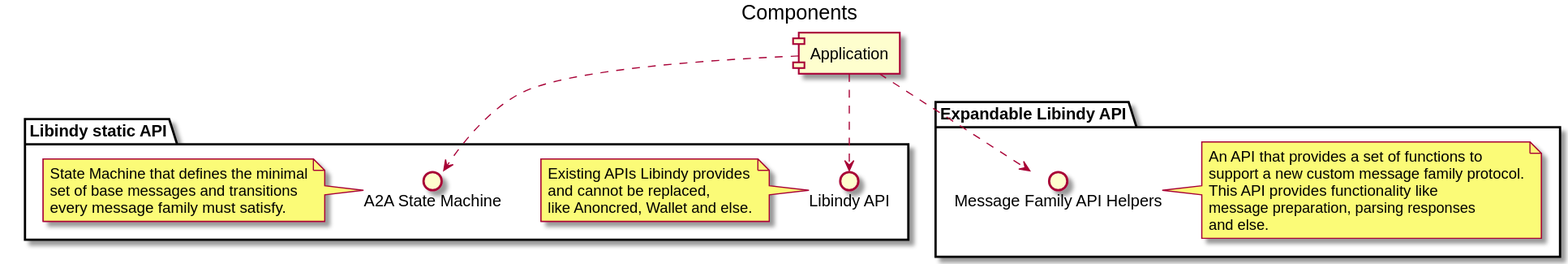
Above: docs/message-families/components.svg in hyperledger-archives/indy-sdk (PlantUML), before the change. Its source is kept beside it as docs/message-families/components.puml.
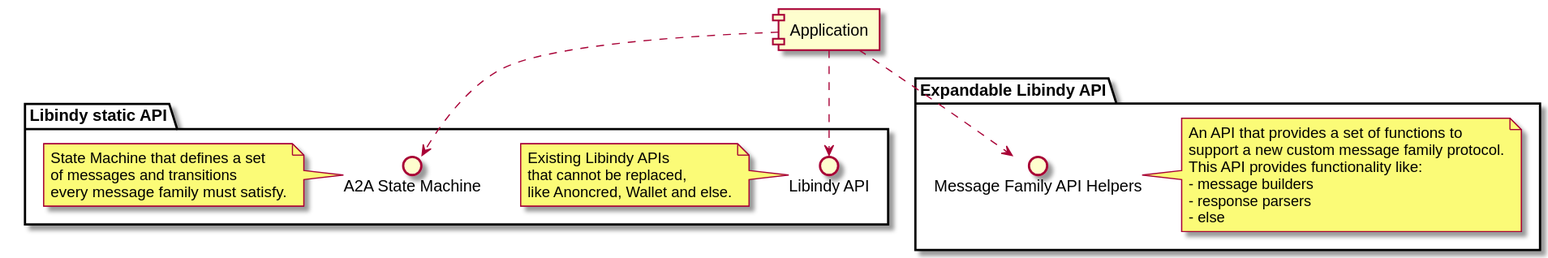
After the commit.

Change to the diagram source:
```diff
@@ -1,6 +1,4 @@
 @startuml components
-
-title Components
 
 [Application] as application
 
@@ -9,8 +7,8 @@
     application  ..> i_libindy_api
 
     note left of i_libindy_api
-    Existing APIs Libindy provides
-    and  cannot be replaced,
+    Existing Libindy APIs
+    that cannot be replaced,
     like Anoncred, Wallet and else.
     end note
 
@@ -18,8 +16,8 @@
     application  ..> i_state_machine
 
     note left of i_state_machine
-    State Machine that defines the minimal
-    set of base messages and transitions
+    State Machine that defines a set
+    of messages and transitions
     every message family must satisfy.
     end note
 }
```
